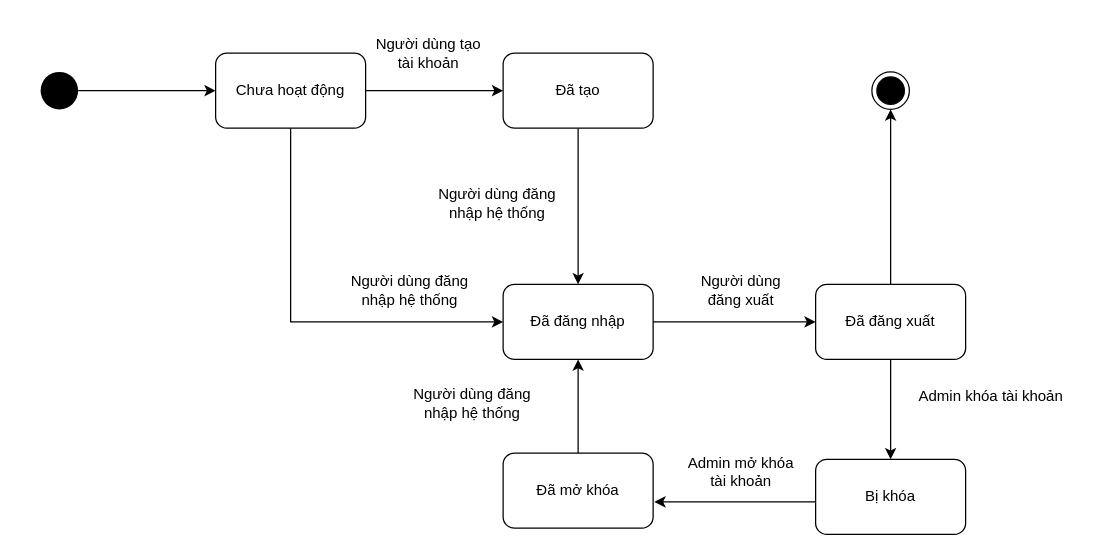
Above: ToDoApp-Doc/Document/Diagram/State Machine Diagram/Login/Login.drawio in Merevoli-DatLuu/To-Do-App (draw.io), before the change. Source tidied: cells renumbered, new cells numbered last; positions are measured from the earlier drawing's top-left corner, leaving out a move shared by most shapes. Both pictures are drawn from the tidied source at 125%, with x=0, y=0 at pixel (40, 34).
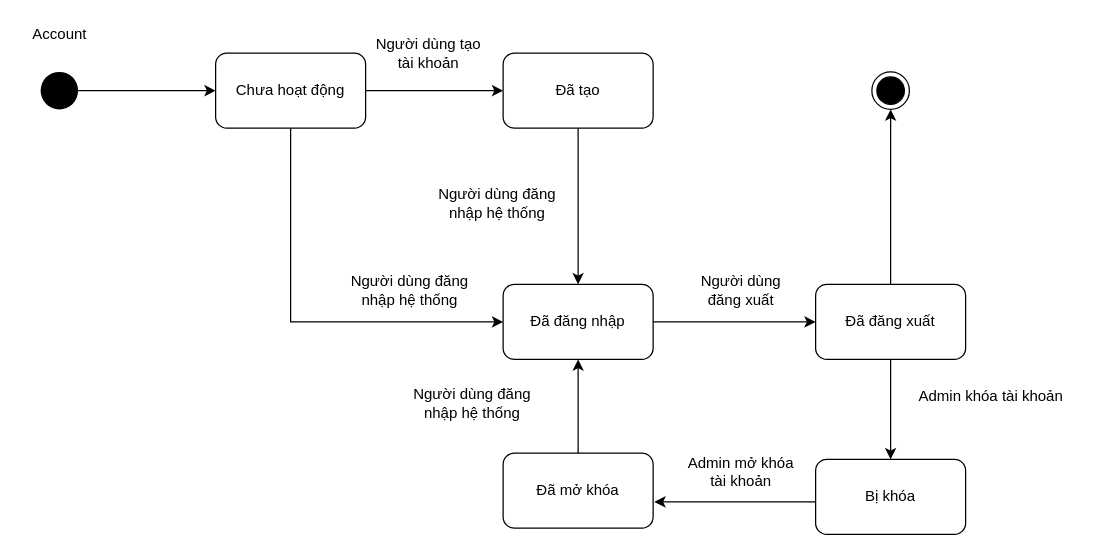
The same page after the edit.

Commit message:
[Document, Modified]: Login.drawio StateDiagram

What changed in the source:
```diff
@@
+    <mxCell id="26" value="Account" style="text;html=1;align=center;verticalAlign=middle;" parent="1" vertex="1">
+      <mxGeometry x="-15" y="-10" width="60" height="20" as="geometry" />
+    </mxCell>
```
